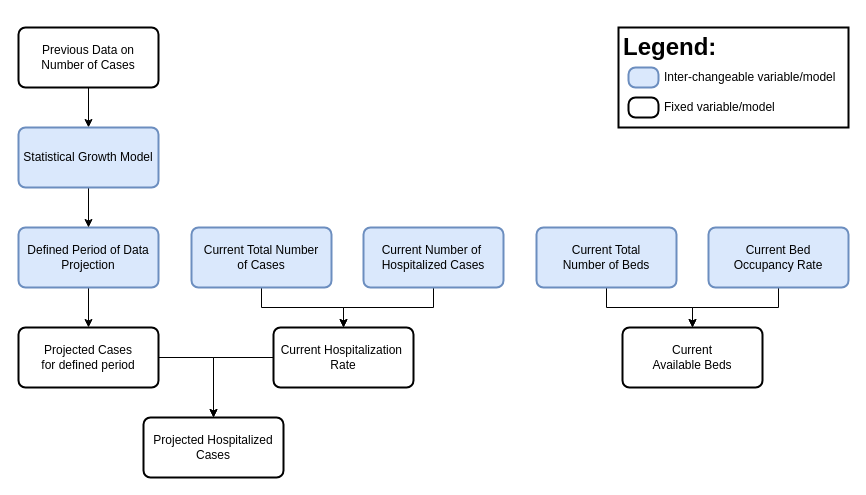
93ramadan/uob-bdsa601-project keeps this draw.io diagram as Report/ScenarioTemplate.drawio. Above is the earlier version. Source tidied: cells renumbered, new cells numbered last; positions are measured from the earlier drawing's top-left corner, leaving out a move shared by most shapes. Both pictures are drawn from the tidied source at 100%, with x=0, y=0 at pixel (18, 27).
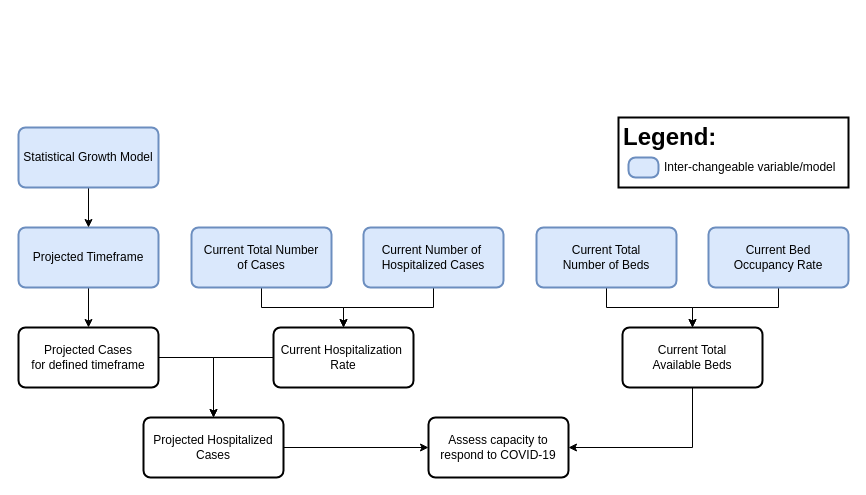
The same page after the edit.

The change refers to these unchanged cells:
```xml
<mxCell id="11" value="Projected Hospitalized Cases" style="rounded=1;whiteSpace=wrap;html=1;absoluteArcSize=1;arcSize=14;strokeWidth=2;" parent="1" vertex="1">
  <mxGeometry x="125" y="390" width="140" height="60" as="geometry" />
</mxCell>
<mxCell id="21" value="Statistical Growth Model" style="rounded=1;whiteSpace=wrap;html=1;absoluteArcSize=1;arcSize=14;strokeWidth=2;fillColor=#dae8fc;strokeColor=#6c8ebf;" parent="1" vertex="1">
  <mxGeometry y="100" width="140" height="60" as="geometry" />
</mxCell>
```

Diff of the diagram source:
```diff
@@
-    <mxCell id="3" value="Defined Period of Data Projection" style="rounded=1;whiteSpace=wrap;html=1;absoluteArcSize=1;arcSize=14;strokeWidth=2;fillColor=#dae8fc;strokeColor=#6c8ebf;" parent="1" vertex="1">
+    <mxCell id="3" value="Projected Timeframe" style="rounded=1;whiteSpace=wrap;html=1;absoluteArcSize=1;arcSize=14;strokeWidth=2;fillColor=#dae8fc;strokeColor=#6c8ebf;" parent="1" vertex="1">
       <mxGeometry y="200" width="140" height="60" as="geometry" />
     </mxCell>
@@
-    <mxCell id="5" value="Projected Cases&lt;br&gt;for defined period" style="rounded=1;whiteSpace=wrap;html=1;absoluteArcSize=1;arcSize=14;strokeWidth=2;" parent="1" vertex="1">
+    <mxCell id="5" value="Projected Cases&lt;br&gt;for defined timeframe" style="rounded=1;whiteSpace=wrap;html=1;absoluteArcSize=1;arcSize=14;strokeWidth=2;" parent="1" vertex="1">
       <mxGeometry y="300" width="140" height="60" as="geometry" />
     </mxCell>
@@
+    <mxCell id="27" style="edgeStyle=orthogonalEdgeStyle;rounded=0;jettySize=auto;html=1;entryX=1;entryY=0.5;entryDx=0;entryDy=0;" parent="1" edge="1" source="10" target="29">
+      <mxGeometry relative="1" as="geometry">
+        <Array as="points">
+          <mxPoint x="674" y="420" />
+        </Array>
+      </mxGeometry>
+    </mxCell>
-    <mxCell id="10" value="Current &lt;br&gt;Available Beds" style="rounded=1;whiteSpace=wrap;html=1;absoluteArcSize=1;arcSize=14;strokeWidth=2;" parent="1" vertex="1">
+    <mxCell id="10" value="Current Total&lt;br&gt;Available Beds" style="rounded=1;whiteSpace=wrap;html=1;absoluteArcSize=1;arcSize=14;strokeWidth=2;" parent="1" vertex="1">
       <mxGeometry x="604" y="300" width="140" height="60" as="geometry" />
     </mxCell>
+    <mxCell id="28" style="edgeStyle=orthogonalEdgeStyle;rounded=0;jettySize=auto;html=1;" parent="1" edge="1" source="11" target="29">
+      <mxGeometry relative="1" as="geometry" />
+    </mxCell>
@@
-    <mxCell id="18" style="edgeStyle=orthogonalEdgeStyle;rounded=0;jettySize=auto;html=1;" parent="1" edge="1" source="19" target="21">
-      <mxGeometry relative="1" as="geometry" />
-    </mxCell>
-    <mxCell id="19" value="Previous Data on Number of Cases" style="rounded=1;whiteSpace=wrap;html=1;absoluteArcSize=1;arcSize=14;strokeWidth=2;" parent="1" vertex="1">
-      <mxGeometry width="140" height="60" as="geometry" />
-    </mxCell>
@@
     <mxCell id="22" value="&lt;h1&gt;Legend:&lt;/h1&gt;&lt;div&gt;&lt;br&gt;&lt;/div&gt;" style="text;html=1;spacing=5;spacingTop=-20;whiteSpace=wrap;overflow=hidden;rounded=0;strokeColor=#000000;strokeWidth=2;" parent="1" vertex="1">
-      <mxGeometry x="600" width="230" height="100" as="geometry" />
+      <mxGeometry x="600" y="90" width="230" height="70" as="geometry" />
     </mxCell>
     <mxCell id="23" style="rounded=1;whiteSpace=wrap;html=1;absoluteArcSize=1;arcSize=14;strokeWidth=2;fillColor=#dae8fc;strokeColor=#6c8ebf;" parent="1" vertex="1">
-      <mxGeometry x="610" y="40" width="30" height="20" as="geometry" />
+      <mxGeometry x="610" y="130" width="30" height="20" as="geometry" />
     </mxCell>
-    <mxCell id="24" style="rounded=1;whiteSpace=wrap;html=1;absoluteArcSize=1;arcSize=14;strokeWidth=2;" parent="1" vertex="1">
-      <mxGeometry x="610" y="70" width="30" height="20" as="geometry" />
-    </mxCell>
     <mxCell id="25" value="Inter-changeable variable/model" style="text;html=1;strokeColor=none;fillColor=none;align=left;verticalAlign=middle;whiteSpace=wrap;rounded=0;" parent="1" vertex="1">
-      <mxGeometry x="644" y="40" width="176" height="20" as="geometry" />
+      <mxGeometry x="644" y="130" width="176" height="20" as="geometry" />
     </mxCell>
-    <mxCell id="26" value="Fixed variable/model" style="text;html=1;strokeColor=none;fillColor=none;align=left;verticalAlign=middle;whiteSpace=wrap;rounded=0;" parent="1" vertex="1">
-      <mxGeometry x="644" y="70" width="176" height="20" as="geometry" />
-    </mxCell>
+    <mxCell id="29" value="Assess capacity to respond to COVID-19" style="rounded=1;whiteSpace=wrap;html=1;absoluteArcSize=1;arcSize=14;strokeWidth=2;" parent="1" vertex="1">
+      <mxGeometry x="410" y="390" width="140" height="60" as="geometry" />
+    </mxCell>
```
